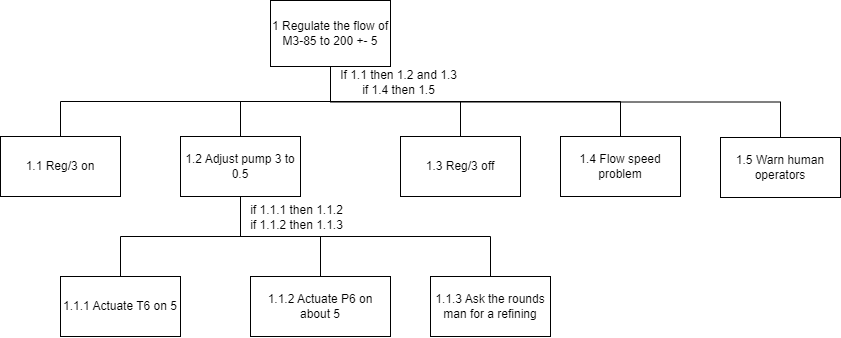
Before: P3/firstEx.drawio.png, a diagram exported from draw.io (josura/HCI). Source tidied: cells renumbered, new cells last; positions are measured from the earlier drawing's top-left corner, leaving out a move shared by most shapes.
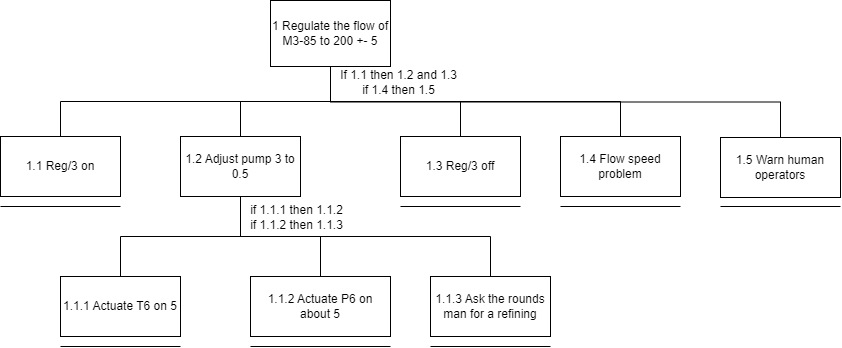
The same file after the commit.

Change to the diagram source:
```diff
@@ -59,5 +59,47 @@
     <mxCell id="20" value="1.5 Warn human operators" style="rounded=0;whiteSpace=wrap;html=1;" parent="1" vertex="1">
       <mxGeometry x="720" y="137" width="120" height="60" as="geometry" />
     </mxCell>
+    <mxCell id="21" style="endArrow=none;html=1;rounded=0;" parent="1" edge="1">
+      <mxGeometry relative="1" as="geometry">
+        <mxPoint y="206" as="sourcePoint" />
+        <mxPoint x="120" y="206" as="targetPoint" />
+      </mxGeometry>
+    </mxCell>
+    <mxCell id="22" style="endArrow=none;html=1;rounded=0;" parent="1" edge="1">
+      <mxGeometry relative="1" as="geometry">
+        <mxPoint x="60" y="346" as="sourcePoint" />
+        <mxPoint x="180" y="346" as="targetPoint" />
+      </mxGeometry>
+    </mxCell>
+    <mxCell id="23" style="endArrow=none;html=1;rounded=0;" parent="1" edge="1">
+      <mxGeometry relative="1" as="geometry">
+        <mxPoint x="250" y="346" as="sourcePoint" />
+        <mxPoint x="390" y="346" as="targetPoint" />
+      </mxGeometry>
+    </mxCell>
+    <mxCell id="24" style="endArrow=none;html=1;rounded=0;" parent="1" edge="1">
+      <mxGeometry relative="1" as="geometry">
+        <mxPoint x="430" y="346" as="sourcePoint" />
+        <mxPoint x="550" y="346" as="targetPoint" />
+      </mxGeometry>
+    </mxCell>
+    <mxCell id="25" style="endArrow=none;html=1;rounded=0;" parent="1" edge="1">
+      <mxGeometry relative="1" as="geometry">
+        <mxPoint x="400" y="206" as="sourcePoint" />
+        <mxPoint x="520" y="206" as="targetPoint" />
+      </mxGeometry>
+    </mxCell>
+    <mxCell id="26" style="endArrow=none;html=1;rounded=0;" parent="1" edge="1">
+      <mxGeometry relative="1" as="geometry">
+        <mxPoint x="560" y="206" as="sourcePoint" />
+        <mxPoint x="680" y="206" as="targetPoint" />
+      </mxGeometry>
+    </mxCell>
+    <mxCell id="27" style="endArrow=none;html=1;rounded=0;" parent="1" edge="1">
+      <mxGeometry relative="1" as="geometry">
+        <mxPoint x="720" y="206" as="sourcePoint" />
+        <mxPoint x="840" y="206" as="targetPoint" />
+      </mxGeometry>
+    </mxCell>
   </root>
 </mxGraphModel>
```
